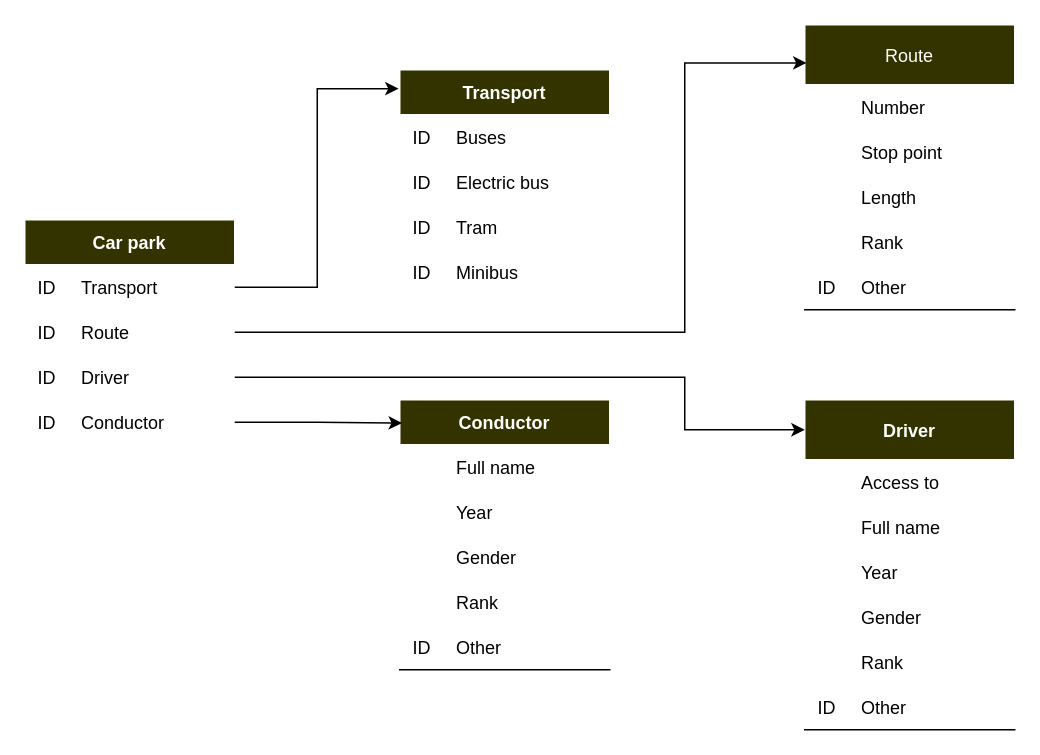
This is Seminars/HomeWork/Database/Seminar_1/HWTask_3/DbHwT3.drawio from SabadashSS/GB_VSC_Working, a draw.io file, before an edit. Source tidied: cells renumbered, new cells numbered last; positions are measured from the earlier drawing's top-left corner, leaving out a move shared by most shapes. Both pictures are drawn from the tidied source at 150%, with x=0, y=0 at pixel (24, 24).
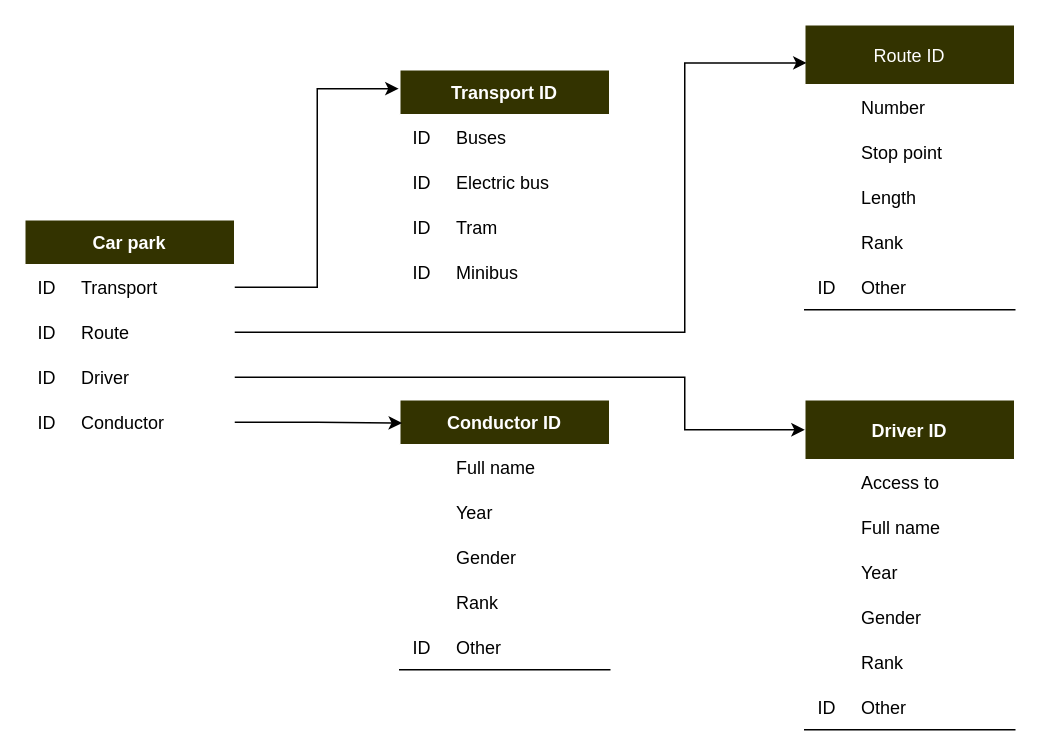
The same diagram, later.

What changed in the source:
```diff
@@
-    <mxCell id="15" value="Transport" style="shape=table;startSize=30;childLayout=tableLayout;rowLines=0;fontStyle=1;align=center;fillColor=#333300;fontColor=#ffffff;strokeColor=#FFFFFF;gradientColor=none;swimlaneFillColor=default;" parent="1" vertex="1">
+    <mxCell id="15" value="Transport ID" style="shape=table;startSize=30;childLayout=tableLayout;rowLines=0;fontStyle=1;align=center;fillColor=#333300;fontColor=#ffffff;strokeColor=#FFFFFF;gradientColor=none;swimlaneFillColor=default;" parent="1" vertex="1">
       <mxGeometry x="250" y="30" width="140" height="150" as="geometry" />
     </mxCell>
@@
-    <mxCell id="29" value="Driver" style="shape=table;startSize=40;childLayout=tableLayout;rowLines=0;fontStyle=1;align=center;fillColor=#333300;fontColor=#ffffff;strokeColor=#FFFFFF;gradientColor=none;swimlaneFillColor=default;" parent="1" vertex="1">
+    <mxCell id="29" value="Driver ID" style="shape=table;startSize=40;childLayout=tableLayout;rowLines=0;fontStyle=1;align=center;fillColor=#333300;fontColor=#ffffff;strokeColor=#FFFFFF;gradientColor=none;swimlaneFillColor=default;" parent="1" vertex="1">
       <mxGeometry x="520" y="250" width="140" height="220" as="geometry" />
     </mxCell>
@@
-    <mxCell id="48" value="Route" style="shape=table;startSize=40;childLayout=tableLayout;rowLines=0;fontStyle=0;align=center;fillColor=#333300;fontColor=#ffffff;strokeColor=#FFFFFF;gradientColor=none;swimlaneFillColor=default;" parent="1" vertex="1">
+    <mxCell id="48" value="Route ID" style="shape=table;startSize=40;childLayout=tableLayout;rowLines=0;fontStyle=0;align=center;fillColor=#333300;fontColor=#ffffff;strokeColor=#FFFFFF;gradientColor=none;swimlaneFillColor=default;" parent="1" vertex="1">
       <mxGeometry x="520" width="140" height="190" as="geometry" />
     </mxCell>
@@
-    <mxCell id="66" value="Conductor" style="shape=table;startSize=30;childLayout=tableLayout;rowLines=0;fontStyle=1;align=center;fillColor=#333300;fontColor=#ffffff;strokeColor=#FFFFFF;gradientColor=none;swimlaneFillColor=default;" parent="1" vertex="1">
+    <mxCell id="66" value="Conductor ID" style="shape=table;startSize=30;childLayout=tableLayout;rowLines=0;fontStyle=1;align=center;fillColor=#333300;fontColor=#ffffff;strokeColor=#FFFFFF;gradientColor=none;swimlaneFillColor=default;" parent="1" vertex="1">
       <mxGeometry x="250" y="250" width="140" height="180" as="geometry" />
     </mxCell>
```
